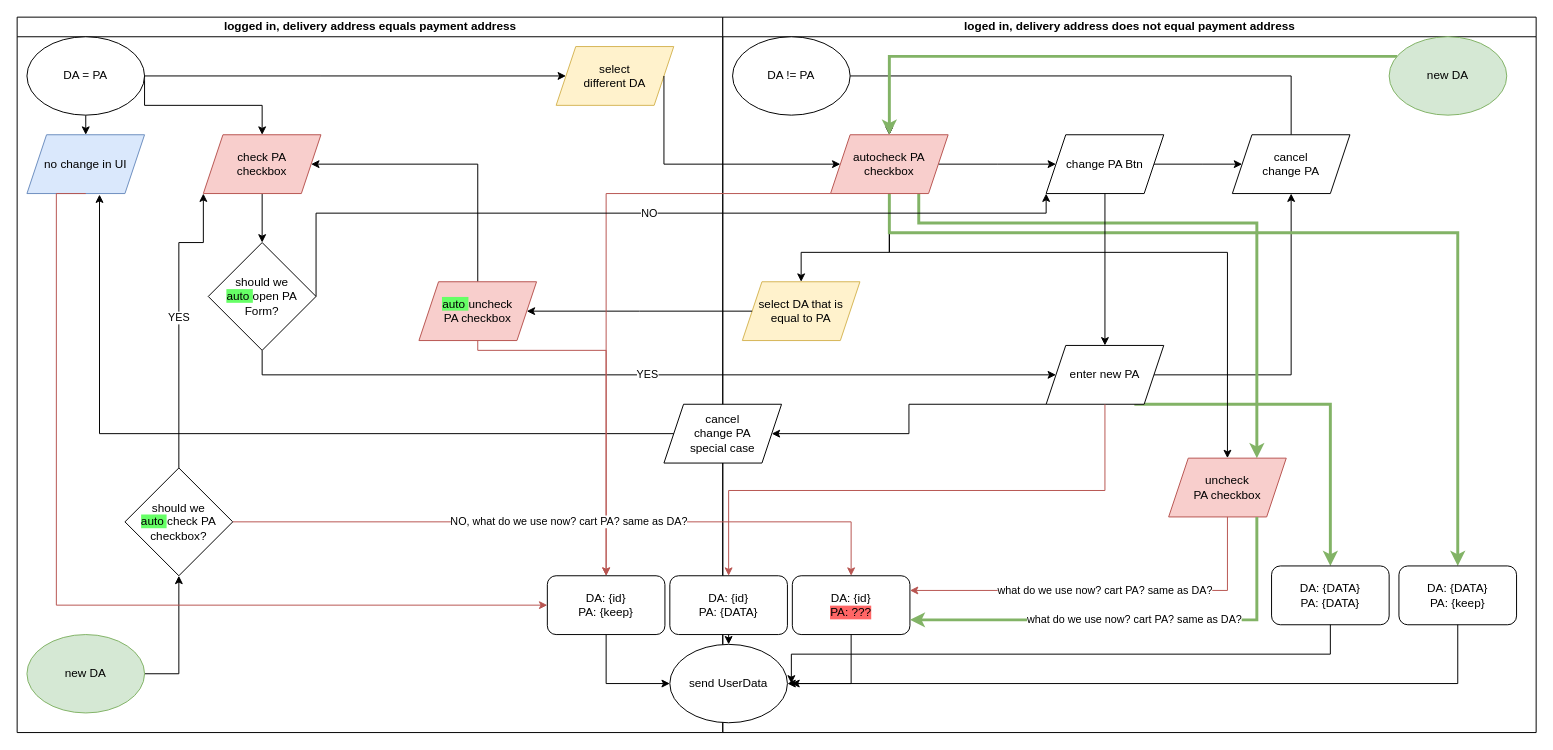
The draw.io diagram page "Page-3" (3 of 3) of Untitled Diagram.drawio in witnessthefitness/charts, before the edit. Source tidied: cells renumbered, new cells numbered last; positions are measured from the earlier drawing's top-left corner, leaving out a move shared by most shapes. Both pictures are drawn from the tidied source at 98%, with x=0, y=0 at pixel (17, 17).
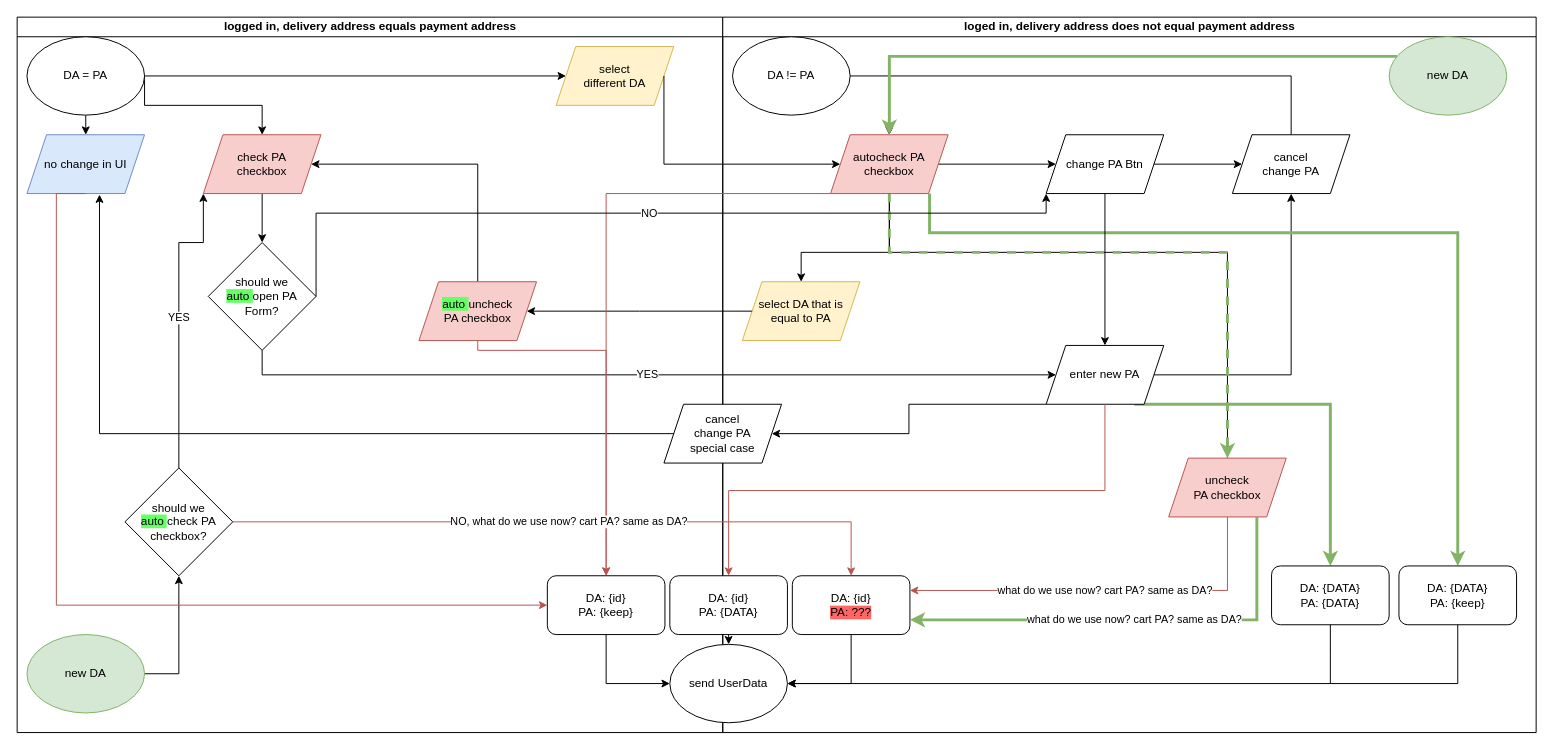
After the change.

Unchanged cells that the change refers to:
```xml
<mxCell id="19" value="loged in, delivery address does not equal payment address" style="swimlane;html=1;startSize=20;" parent="1" vertex="1">
  <mxGeometry x="720" width="830" height="730" as="geometry" />
</mxCell>
<mxCell id="30" value="&lt;div&gt;autocheck PA&lt;/div&gt;&lt;div&gt;checkbox&lt;br&gt;&lt;/div&gt;" style="shape=parallelogram;perimeter=parallelogramPerimeter;whiteSpace=wrap;html=1;fixedSize=1;fillColor=#f8cecc;strokeColor=#b85450;" parent="19" vertex="1">
  <mxGeometry x="110" y="120" width="120" height="60" as="geometry" />
</mxCell>
<mxCell id="39" value="&lt;div&gt;&lt;span style=&quot;background-color: rgb(102 , 255 , 102)&quot;&gt;&lt;/span&gt;uncheck &lt;br&gt;&lt;/div&gt;&lt;div&gt;PA checkbox&lt;/div&gt;" style="shape=parallelogram;perimeter=parallelogramPerimeter;whiteSpace=wrap;html=1;fixedSize=1;fillColor=#f8cecc;strokeColor=#b85450;" parent="19" vertex="1">
  <mxGeometry x="455" y="450" width="120" height="60" as="geometry" />
</mxCell>
<mxCell id="40" value="&lt;div&gt;&lt;font style=&quot;font-size: 12px&quot;&gt;&lt;font style=&quot;font-size: 12px&quot;&gt;DA: {DATA}&lt;/font&gt;&lt;/font&gt;&lt;/div&gt;&lt;div&gt;&lt;font style=&quot;font-size: 12px&quot;&gt;&lt;font style=&quot;font-size: 12px&quot;&gt;PA: {DATA}&lt;br&gt;&lt;/font&gt;&lt;/font&gt;&lt;/div&gt;" style="rounded=1;whiteSpace=wrap;html=1;" parent="19" vertex="1">
  <mxGeometry x="560" y="560" width="120" height="60" as="geometry" />
</mxCell>
<mxCell id="41" value="&lt;div&gt;&lt;font style=&quot;font-size: 12px&quot;&gt;&lt;font style=&quot;font-size: 12px&quot;&gt;DA: {DATA}&lt;/font&gt;&lt;/font&gt;&lt;/div&gt;&lt;div&gt;&lt;font style=&quot;font-size: 12px&quot;&gt;&lt;font style=&quot;font-size: 12px&quot;&gt;PA: {keep}&lt;br&gt;&lt;/font&gt;&lt;/font&gt;&lt;/div&gt;" style="rounded=1;whiteSpace=wrap;html=1;" parent="19" vertex="1">
  <mxGeometry x="690" y="560" width="120" height="60" as="geometry" />
</mxCell>
<mxCell id="47" value="&lt;font style=&quot;font-size: 12px&quot;&gt;&lt;font style=&quot;font-size: 12px&quot;&gt;send UserData&lt;br&gt;&lt;/font&gt;&lt;/font&gt;" style="ellipse;whiteSpace=wrap;html=1;" parent="1" vertex="1">
  <mxGeometry x="666" y="640" width="120" height="80" as="geometry" />
</mxCell>
```

Diff of the diagram source:
```diff
@@
-    <mxCell id="2" value="logged in, delivery address equals payment address" style="swimlane;html=1;startSize=20;" parent="1" vertex="1">
+    <mxCell id="2" value="logged in, delivery address equals payment address" style="swimlane;html=1;startSize=20;swimlaneLine=1;" parent="1" vertex="1">
       <mxGeometry width="720" height="730" as="geometry" />
     </mxCell>
@@
-    <mxCell id="27" style="edgeStyle=elbowEdgeStyle;rounded=0;jettySize=auto;elbow=vertical;html=1;entryX=0.5;entryY=0;entryDx=0;entryDy=0;endArrow=classic;endFill=1;" parent="19" edge="1" source="30" target="39">
+    <mxCell id="27" style="edgeStyle=elbowEdgeStyle;rounded=0;jettySize=auto;elbow=vertical;html=1;entryX=0.5;entryY=0;entryDx=0;entryDy=0;endArrow=none;endFill=0;" parent="19" edge="1" source="30" target="39">
       <mxGeometry relative="1" as="geometry">
         <Array as="points">
           <mxPoint x="290" y="240" />
           <mxPoint x="340" y="210" />
           <mxPoint x="370" y="210" />
         </Array>
       </mxGeometry>
     </mxCell>
-    <mxCell id="28" style="edgeStyle=elbowEdgeStyle;rounded=0;jettySize=auto;elbow=vertical;html=1;entryX=0.5;entryY=0;entryDx=0;entryDy=0;endArrow=classic;endFill=1;strokeWidth=3;fillColor=#d5e8d4;strokeColor=#82b366;" parent="19" edge="1" source="30" target="41">
+    <mxCell id="28" style="edgeStyle=elbowEdgeStyle;rounded=0;jettySize=auto;elbow=vertical;html=1;entryX=0.5;entryY=0;entryDx=0;entryDy=0;endArrow=classic;endFill=1;strokeWidth=3;fillColor=#d5e8d4;strokeColor=#82b366;exitX=0.842;exitY=1;exitDx=0;exitDy=0;exitPerimeter=0;" parent="19" edge="1" source="30" target="41">
       <mxGeometry relative="1" as="geometry">
         <Array as="points">
           <mxPoint x="430" y="220" />
         </Array>
       </mxGeometry>
     </mxCell>
-    <mxCell id="29" style="edgeStyle=elbowEdgeStyle;rounded=0;jettySize=auto;elbow=vertical;html=1;exitX=0.75;exitY=1;exitDx=0;exitDy=0;entryX=0.75;entryY=0;entryDx=0;entryDy=0;endArrow=classic;endFill=1;strokeWidth=3;fillColor=#d5e8d4;strokeColor=#82b366;" parent="19" edge="1" source="30" target="39">
+    <mxCell id="29" style="edgeStyle=elbowEdgeStyle;rounded=0;jettySize=auto;elbow=vertical;html=1;exitX=0.5;exitY=1;exitDx=0;exitDy=0;endArrow=classic;endFill=1;strokeWidth=3;fillColor=#d5e8d4;strokeColor=#82b366;dashed=1;entryX=0.5;entryY=0;entryDx=0;entryDy=0;" parent="19" edge="1" source="30" target="39">
       <mxGeometry relative="1" as="geometry">
         <Array as="points">
-          <mxPoint x="390" y="210" />
+          <mxPoint x="520" y="240" />
+          <mxPoint x="360" y="240" />
         </Array>
       </mxGeometry>
     </mxCell>
@@
-    <mxCell id="62" style="edgeStyle=elbowEdgeStyle;rounded=0;jettySize=auto;elbow=vertical;html=1;endArrow=classic;endFill=1;strokeWidth=1;" parent="1" edge="1" source="40">
+    <mxCell id="62" style="edgeStyle=elbowEdgeStyle;rounded=0;jettySize=auto;elbow=vertical;html=1;endArrow=none;endFill=0;strokeWidth=1;" parent="1" edge="1" source="40">
       <mxGeometry relative="1" as="geometry">
-        <mxPoint x="790" y="680" as="targetPoint" />
+        <mxPoint x="1340" y="680" as="targetPoint" />
       </mxGeometry>
     </mxCell>
-    <mxCell id="63" style="edgeStyle=elbowEdgeStyle;rounded=0;jettySize=auto;elbow=vertical;html=1;endArrow=classic;endFill=1;strokeWidth=1;" parent="1" edge="1" source="41">
+    <mxCell id="63" style="edgeStyle=elbowEdgeStyle;rounded=0;jettySize=auto;elbow=vertical;html=1;endArrow=classic;endFill=1;strokeWidth=1;entryX=1;entryY=0.5;entryDx=0;entryDy=0;" parent="1" edge="1" source="41" target="47">
       <mxGeometry relative="1" as="geometry">
-        <mxPoint x="790" y="680" as="targetPoint" />
         <Array as="points">
           <mxPoint x="1140" y="680" />
         </Array>
       </mxGeometry>
     </mxCell>
```
